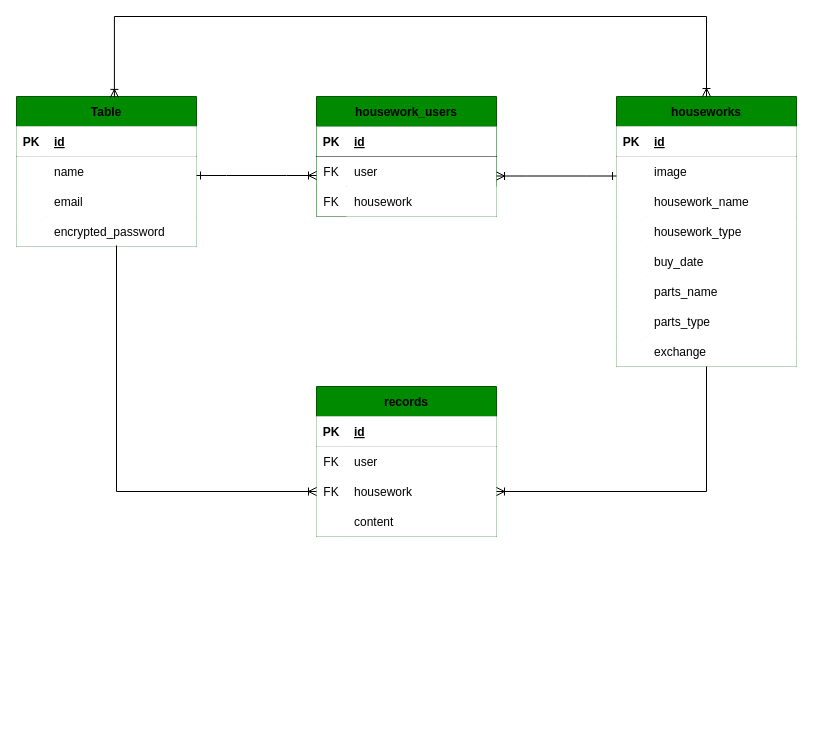
Before: clean_note.dio in ikumi-taka/clean-note, a draw.io diagram. Source tidied: cells renumbered, new cells numbered last; positions are measured from the earlier drawing's top-left corner, leaving out a move shared by most shapes. Both pictures are drawn from the tidied source at 100%, with x=0, y=0 at pixel (16, 16).
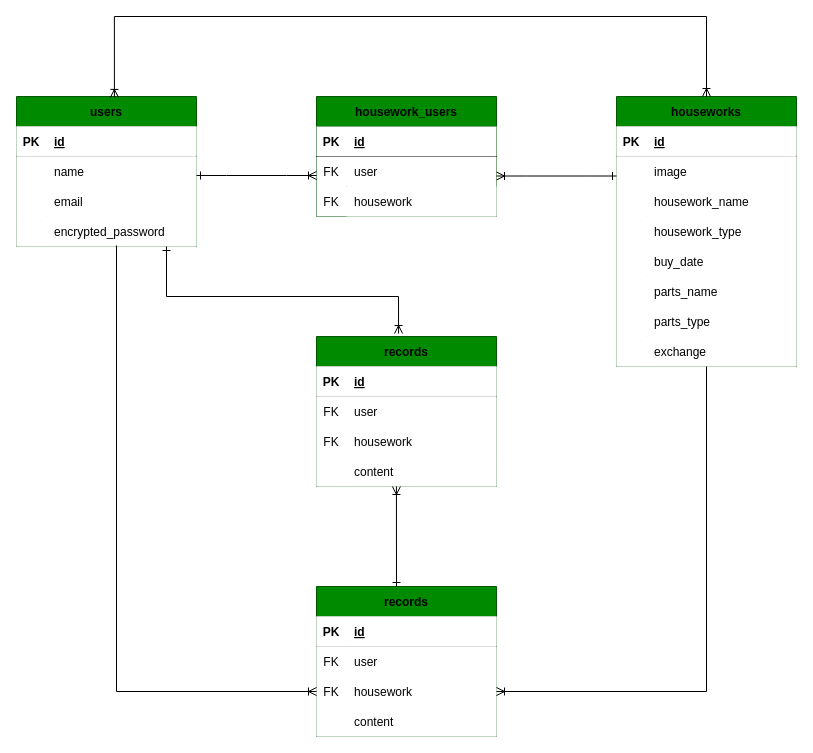
After the change.

The change refers to these unchanged cells:
```xml
<mxCell id="19" style="shape=partialRectangle;fillColor=#FFFFFF;top=0;left=0;bottom=0;right=0;points=[[0,0.5],[1,0.5]];portConstraint=eastwest;rounded=0;fontColor=#000000;" parent="12" vertex="1">
  <mxGeometry y="90" width="180" height="30" as="geometry" />
</mxCell>
```

Change to the diagram source:
```diff
@@
     <mxCell id="12" value="records" style="shape=table;startSize=30;childLayout=tableLayout;rowLines=0;fontStyle=1;align=center;fillColor=#008a00;fontColor=#000000;strokeColor=#005700;rounded=0;" parent="1" vertex="1">
-      <mxGeometry x="300" y="370" width="180" height="150" as="geometry" />
+      <mxGeometry x="300" y="570" width="180" height="150" as="geometry" />
     </mxCell>
@@
-    <mxCell id="50" value="Table" style="shape=table;startSize=30;childLayout=tableLayout;rowLines=0;fontStyle=1;align=center;fillColor=#008a00;fontColor=#000000;strokeColor=#005700;rounded=0;labelBackgroundColor=none;labelBorderColor=none;gradientColor=none;swimlaneFillColor=default;" parent="1" vertex="1">
+    <mxCell id="50" value="users" style="shape=table;startSize=30;childLayout=tableLayout;rowLines=0;fontStyle=1;align=center;fillColor=#008a00;fontColor=#000000;strokeColor=#005700;rounded=0;labelBackgroundColor=none;labelBorderColor=none;gradientColor=none;swimlaneFillColor=default;" parent="1" vertex="1">
       <mxGeometry y="80" width="180" height="150" as="geometry" />
     </mxCell>
@@
     <mxCell id="67" style="edgeStyle=orthogonalEdgeStyle;fontSize=12;html=1;endArrow=ERoneToMany;rounded=0;entryX=1;entryY=0.5;entryDx=0;entryDy=0;" parent="1" edge="1" target="19">
       <mxGeometry relative="1" as="geometry">
         <mxPoint x="690" y="350" as="sourcePoint" />
         <Array as="points">
-          <mxPoint x="690" y="475" />
+          <mxPoint x="690" y="675" />
         </Array>
       </mxGeometry>
     </mxCell>
+    <mxCell id="68" value="records" style="shape=table;startSize=30;childLayout=tableLayout;rowLines=0;fontStyle=1;align=center;fillColor=#008a00;fontColor=#000000;strokeColor=#005700;rounded=0;" parent="1" vertex="1">
+      <mxGeometry x="300" y="320" width="180" height="150" as="geometry" />
+    </mxCell>
+    <mxCell id="69" style="shape=partialRectangle;fillColor=#FFFFFF;top=0;left=0;bottom=1;right=0;rounded=0;fontColor=#000000;" parent="68" vertex="1">
+      <mxGeometry y="30" width="180" height="30" as="geometry" />
+    </mxCell>
+    <mxCell id="70" value="PK" style="shape=partialRectangle;fillColor=#FFFFFF;top=0;left=0;bottom=0;right=0;fontStyle=1;overflow=hidden;rounded=0;fontColor=#000000;" parent="69" vertex="1">
+      <mxGeometry width="30" height="30" as="geometry" />
+    </mxCell>
+    <mxCell id="71" value="id" style="shape=partialRectangle;fillColor=#FFFFFF;top=0;left=0;bottom=0;right=0;align=left;spacingLeft=6;fontStyle=5;overflow=hidden;rounded=0;fontColor=#000000;" parent="69" vertex="1">
+      <mxGeometry x="30" width="150" height="30" as="geometry" />
+    </mxCell>
+    <mxCell id="72" style="shape=partialRectangle;fillColor=#FFFFFF;top=0;left=0;bottom=0;right=0;rounded=0;fontColor=#000000;" parent="68" vertex="1">
+      <mxGeometry y="60" width="180" height="30" as="geometry" />
+    </mxCell>
+    <mxCell id="73" value="FK" style="shape=partialRectangle;fillColor=#FFFFFF;top=0;left=0;bottom=0;right=0;fontStyle=0;overflow=hidden;rounded=0;fontColor=#000000;" parent="72" vertex="1">
+      <mxGeometry width="30" height="30" as="geometry" />
+    </mxCell>
+    <mxCell id="74" value="user" style="shape=partialRectangle;fillColor=#FFFFFF;top=0;left=0;bottom=0;right=0;align=left;spacingLeft=6;fontStyle=0;overflow=hidden;rounded=0;fontColor=#000000;" parent="72" vertex="1">
+      <mxGeometry x="30" width="150" height="30" as="geometry" />
+    </mxCell>
+    <mxCell id="75" style="shape=partialRectangle;fillColor=#FFFFFF;top=0;left=0;bottom=0;right=0;rounded=0;fontColor=#000000;" parent="68" vertex="1">
+      <mxGeometry y="90" width="180" height="30" as="geometry" />
+    </mxCell>
+    <mxCell id="76" value="FK" style="shape=partialRectangle;fillColor=#FFFFFF;top=0;left=0;bottom=0;right=0;fontStyle=0;overflow=hidden;rounded=0;fontColor=#000000;" parent="75" vertex="1">
+      <mxGeometry width="30" height="30" as="geometry" />
+    </mxCell>
+    <mxCell id="77" value="housework" style="shape=partialRectangle;fillColor=#FFFFFF;top=0;left=0;bottom=0;right=0;align=left;spacingLeft=6;fontStyle=0;overflow=hidden;rounded=0;fontColor=#000000;" parent="75" vertex="1">
+      <mxGeometry x="30" width="150" height="30" as="geometry" />
+    </mxCell>
+    <mxCell id="78" style="shape=partialRectangle;fillColor=#FFFFFF;top=0;left=0;bottom=0;right=0;points=[[0,0.5],[1,0.5]];portConstraint=eastwest;rounded=0;fontColor=#000000;" parent="68" vertex="1">
+      <mxGeometry y="120" width="180" height="30" as="geometry" />
+    </mxCell>
+    <mxCell id="79" style="shape=partialRectangle;fillColor=#FFFFFF;top=0;left=0;bottom=0;right=0;overflow=hidden;rounded=0;fontColor=#000000;" parent="78" vertex="1">
+      <mxGeometry width="30" height="30" as="geometry" />
+    </mxCell>
+    <mxCell id="80" value="content" style="shape=partialRectangle;fillColor=#FFFFFF;top=0;left=0;bottom=0;right=0;align=left;spacingLeft=6;overflow=hidden;rounded=0;fontColor=#000000;" parent="78" vertex="1">
+      <mxGeometry x="30" width="150" height="30" as="geometry" />
+    </mxCell>
+    <mxCell id="81" style="endArrow=ERoneToMany;html=1;rounded=0;entryX=0.444;entryY=1;entryDx=0;entryDy=0;entryPerimeter=0;endFill=0;startArrow=ERone;startFill=0;" parent="1" edge="1" target="78">
+      <mxGeometry relative="1" as="geometry">
+        <mxPoint x="380" y="570" as="sourcePoint" />
+      </mxGeometry>
+    </mxCell>
+    <mxCell id="82" style="endArrow=ERoneToMany;html=1;rounded=0;endFill=0;startArrow=ERone;startFill=0;entryX=0.456;entryY=-0.02;entryDx=0;entryDy=0;entryPerimeter=0;" parent="1" edge="1" target="68">
+      <mxGeometry relative="1" as="geometry">
+        <mxPoint x="150" y="230" as="sourcePoint" />
+        <Array as="points">
+          <mxPoint x="150" y="280" />
+          <mxPoint x="382" y="280" />
+        </Array>
+      </mxGeometry>
+    </mxCell>
```
